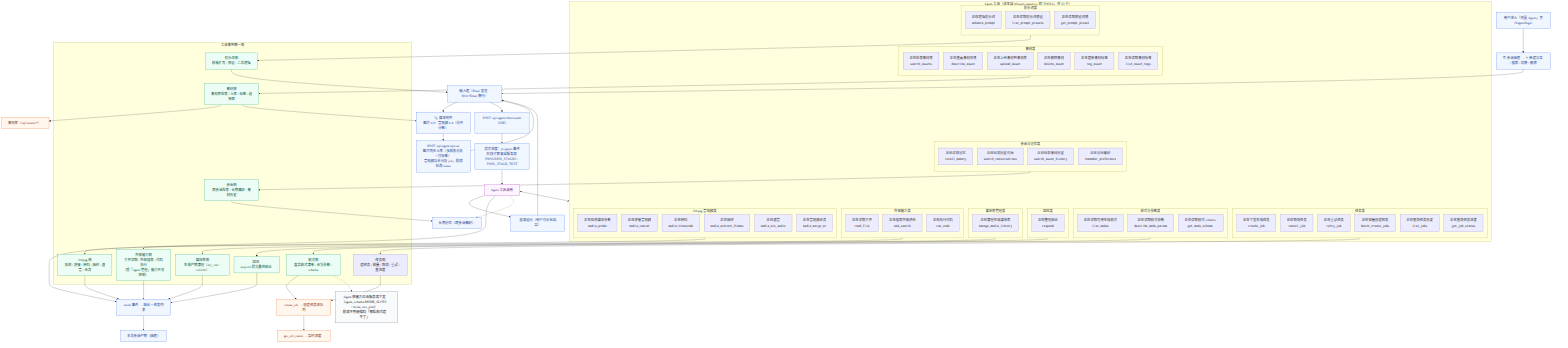
Before: docs/交互流程图-内置Agent.png, a diagram exported from Mermaid (pixelaigc/ComfyUI-MiniMax-H3-Studio). Its source is kept beside it as docs/交互流程图-内置Agent.mmd.
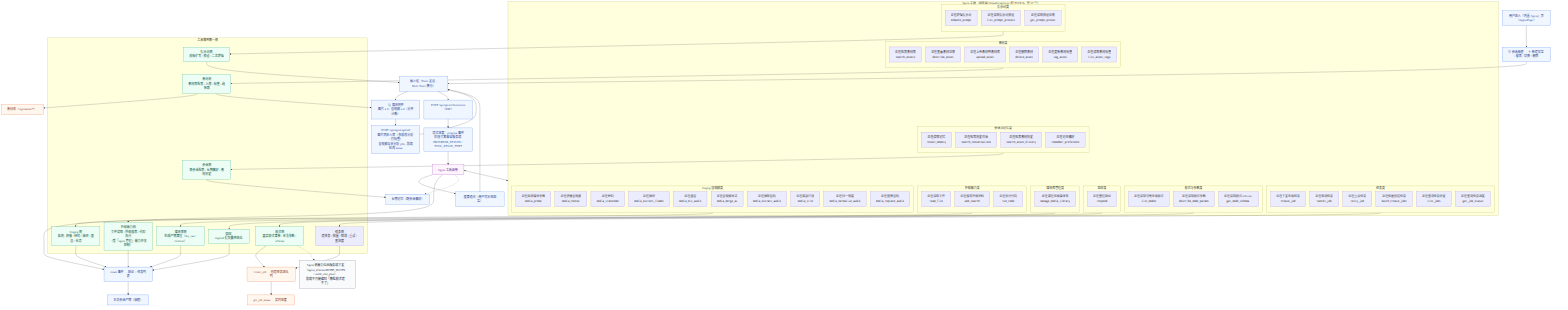
After the commit.

Commit message:
fix(flow): 交互流程图补上 4 个新 ffmpeg 工具并重跑 make flow

Diff of the diagram source:
```diff
@@ -25,7 +25,7 @@
   A_RESULT --> A_SESS_ART
   A_TOOLS -.-> A_MEMORY
 
-  subgraph TOOLS["Agent 工具（派生自 h3studio/agent.py 的 TOOLS，共 33 个）"]
+  subgraph TOOLS["Agent 工具（派生自 h3studio/agent.py 的 TOOLS，共 37 个）"]
     direction LR
     subgraph TG1["素材类"]
       direction TB
@@ -86,6 +86,10 @@
       T_media_extract_frames["正在抽帧<br/><code>media_extract_frames</code>"]
       T_media_mix_audio["正在混音<br/><code>media_mix_audio</code>"]
       T_media_merge_av["正在音视频合流<br/><code>media_merge_av</code>"]
+      T_media_extract_audio["正在抽取音轨<br/><code>media_extract_audio</code>"]
+      T_media_trim["正在裁剪片段<br/><code>media_trim</code>"]
+      T_media_normalize_audio["正在归一响度<br/><code>media_normalize_audio</code>"]
+      T_media_replace_audio["正在替换音轨<br/><code>media_replace_audio</code>"]
     end
   end
 
```
